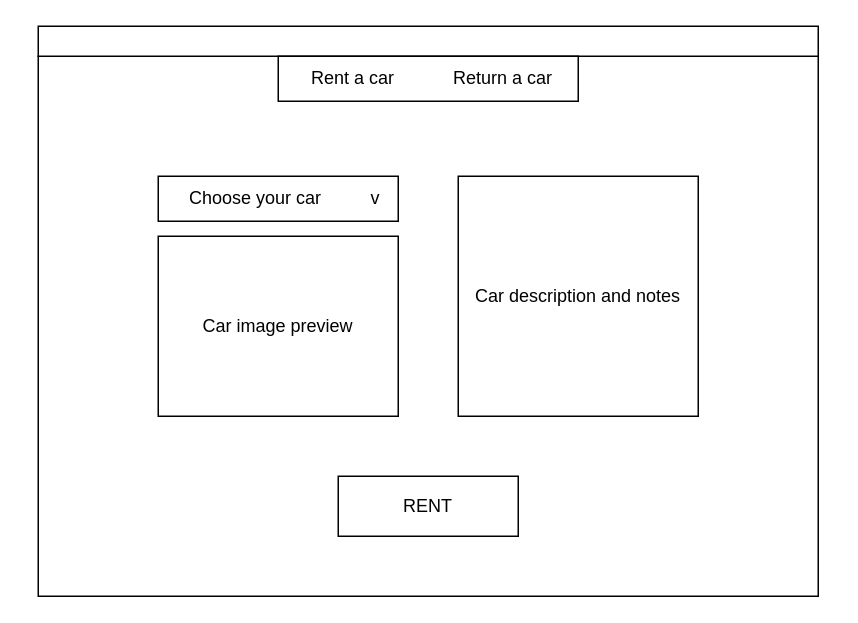
This is Documentation/Mockup/Files/employee_rent_gui.drawio from dariocurr/prsw_project, a draw.io file, before an edit. Source tidied: cells renumbered, new cells numbered last; positions are measured from the earlier drawing's top-left corner, leaving out a move shared by most shapes. Both pictures are drawn from the tidied source at 150%, with x=0, y=0 at pixel (38, 26).
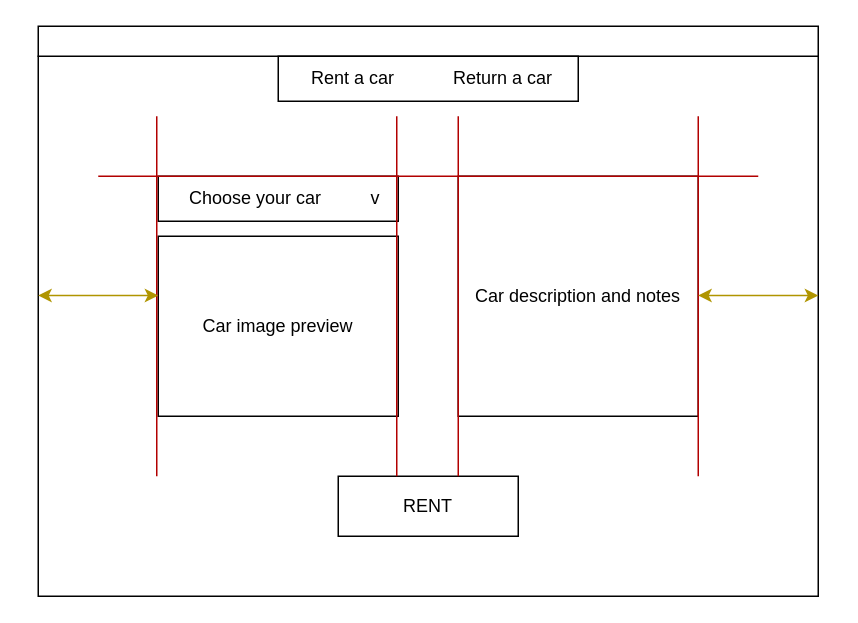
The same diagram, later.

Commit message:
Created cars list, stored in a JSON file

What changed in the source:
```diff
@@
+    <mxCell id="13" style="endArrow=none;html=1;fillColor=#e51400;strokeColor=#B20000;" parent="1" edge="1">
+      <mxGeometry relative="1" as="geometry">
+        <mxPoint x="40" y="100" as="sourcePoint" />
+        <mxPoint x="480" y="100" as="targetPoint" />
+      </mxGeometry>
+    </mxCell>
+    <mxCell id="14" style="endArrow=none;html=1;fillColor=#e51400;strokeColor=#B20000;" parent="1" edge="1">
+      <mxGeometry relative="1" as="geometry">
+        <mxPoint x="79" y="60" as="sourcePoint" />
+        <mxPoint x="79" y="300" as="targetPoint" />
+      </mxGeometry>
+    </mxCell>
+    <mxCell id="15" style="endArrow=none;html=1;fillColor=#e51400;strokeColor=#B20000;" parent="1" edge="1">
+      <mxGeometry relative="1" as="geometry">
+        <mxPoint x="239" y="60" as="sourcePoint" />
+        <mxPoint x="239" y="300" as="targetPoint" />
+      </mxGeometry>
+    </mxCell>
+    <mxCell id="16" style="endArrow=none;html=1;fillColor=#e51400;strokeColor=#B20000;" parent="1" edge="1">
+      <mxGeometry relative="1" as="geometry">
+        <mxPoint x="280" y="60" as="sourcePoint" />
+        <mxPoint x="280" y="300" as="targetPoint" />
+      </mxGeometry>
+    </mxCell>
+    <mxCell id="17" style="endArrow=none;html=1;fillColor=#e51400;strokeColor=#B20000;" parent="1" edge="1">
+      <mxGeometry relative="1" as="geometry">
+        <mxPoint x="440" y="60" as="sourcePoint" />
+        <mxPoint x="440" y="300" as="targetPoint" />
+      </mxGeometry>
+    </mxCell>
+    <mxCell id="18" style="endArrow=classic;startArrow=classic;html=1;fillColor=#e3c800;strokeColor=#B09500;" parent="1" edge="1">
+      <mxGeometry relative="1" as="geometry">
+        <mxPoint y="179.5" as="sourcePoint" />
+        <mxPoint x="80" y="179.5" as="targetPoint" />
+      </mxGeometry>
+    </mxCell>
+    <mxCell id="19" style="endArrow=classic;startArrow=classic;html=1;fillColor=#e3c800;strokeColor=#B09500;" parent="1" edge="1">
+      <mxGeometry relative="1" as="geometry">
+        <mxPoint x="440" y="179.5" as="sourcePoint" />
+        <mxPoint x="520" y="179.5" as="targetPoint" />
+      </mxGeometry>
+    </mxCell>
```
